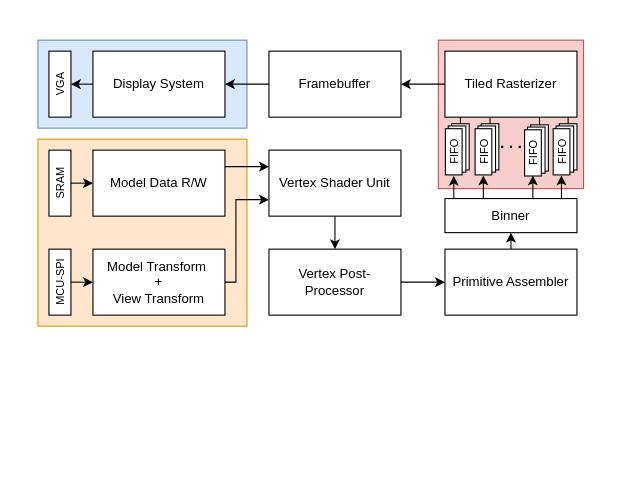
MH-Flight-Simulator-X/System-Figures-And-Microarchitecture keeps this draw.io diagram as page "System Arcitecture Overview" (1 of 8) of System/system.drawio. Above is the earlier version. Source tidied: cells renumbered, new cells numbered last; positions are measured from the earlier drawing's top-left corner, leaving out a move shared by most shapes. Both pictures are drawn from the tidied source at 110%, with x=0, y=0 at pixel (26, 40).
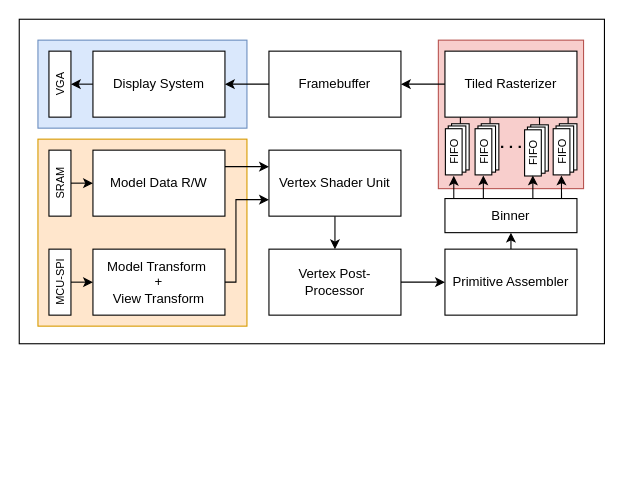
The same diagram, later.

Change to the diagram source:
```diff
@@
+    <mxCell id="50" style="rounded=0;whiteSpace=wrap;html=1;" parent="1" vertex="1">
+      <mxGeometry x="-7" y="-19" width="532" height="295" as="geometry" />
+    </mxCell>
```
